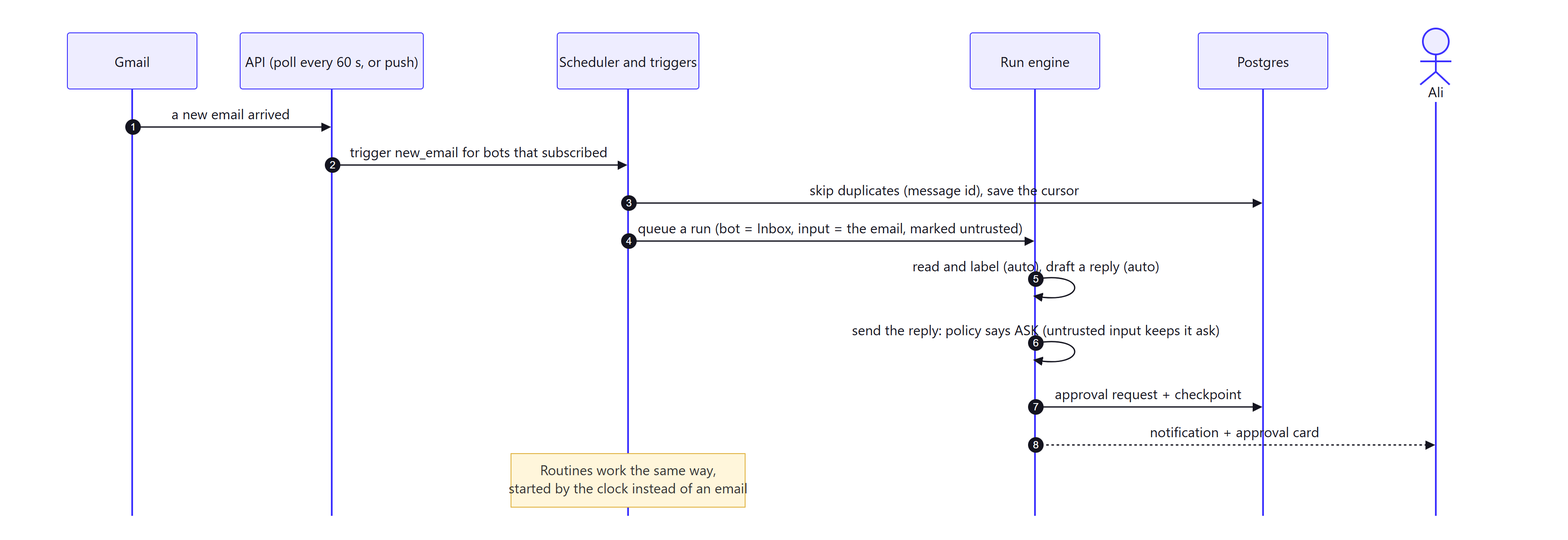
The Mermaid diagram docs/architecture/diagrams/png/06-trigger-sequence.png in alihassan-coder/botdesk, before a commit. Its source is kept beside it as docs/architecture/diagrams/06-trigger-sequence.mmd.
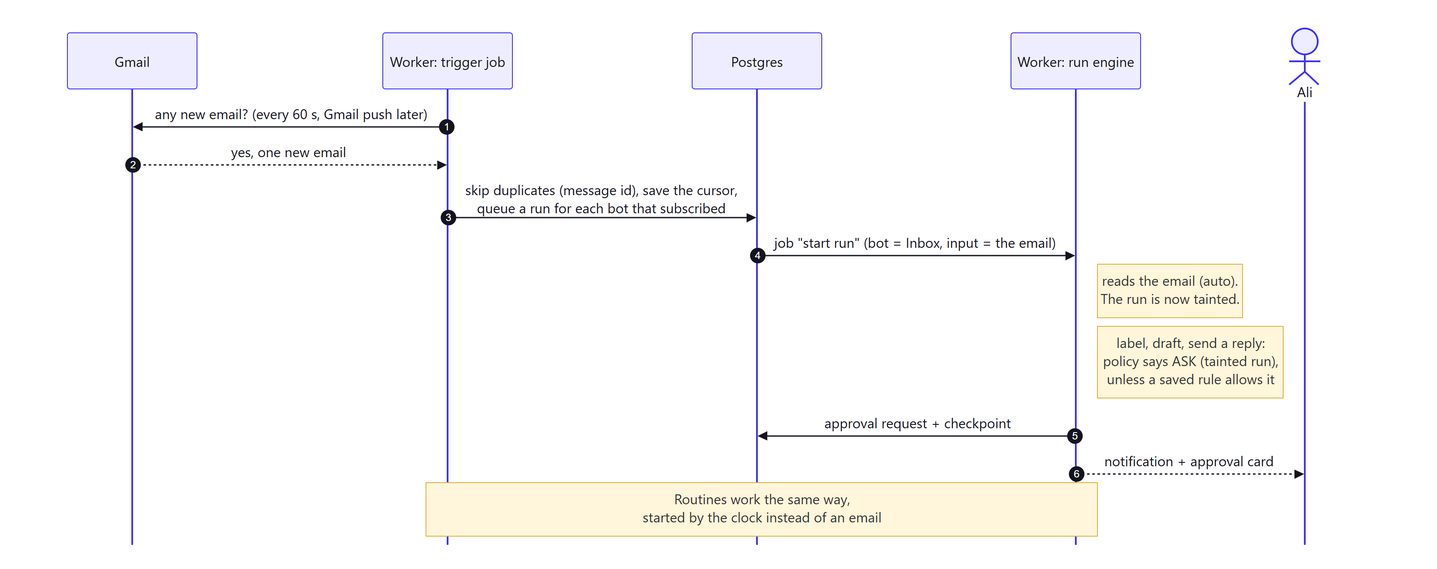
Above is the later version.

Diff of the diagram source:
```diff
@@ -1,17 +1,16 @@
 sequenceDiagram
   autonumber
   participant G as Gmail
-  participant API as API (poll every 60 s, or push)
-  participant SCH as Scheduler and triggers
-  participant RUN as Run engine
+  participant SCH as Worker: trigger job
   participant DB as Postgres
+  participant RUN as Worker: run engine
   actor Ali as Ali
-  G->>API: a new email arrived
-  API->>SCH: trigger new_email for bots that subscribed
-  SCH->>DB: skip duplicates (message id), save the cursor
-  SCH->>RUN: queue a run (bot = Inbox, input = the email, marked untrusted)
-  RUN->>RUN: read and label (auto), draft a reply (auto)
-  RUN->>RUN: send the reply: policy says ASK (untrusted input keeps it ask)
+  SCH->>G: any new email? (every 60 s, Gmail push later)
+  G-->>SCH: yes, one new email
+  SCH->>DB: skip duplicates (message id), save the cursor,<br/>queue a run for each bot that subscribed
+  DB->>RUN: job "start run" (bot = Inbox, input = the email)
+  Note right of RUN: reads the email (auto).<br/>The run is now tainted.
+  Note right of RUN: label, draft, send a reply:<br/>policy says ASK (tainted run),<br/>unless a saved rule allows it
   RUN->>DB: approval request + checkpoint
   RUN-->>Ali: notification + approval card
-  Note over SCH: Routines work the same way,<br/>started by the clock instead of an email
+  Note over SCH,RUN: Routines work the same way,<br/>started by the clock instead of an email
```
